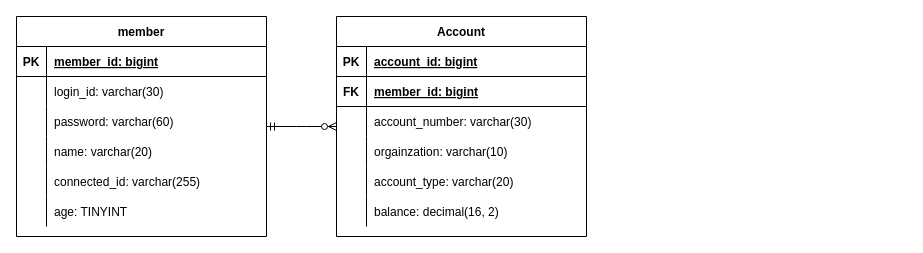
This is ER다이어그램(자산관리앱).drawio from GunwooJo/AssetManagement, a draw.io file, before an edit. Source tidied: cells renumbered, new cells numbered last; positions are measured from the earlier drawing's top-left corner, leaving out a move shared by most shapes. Both pictures are drawn from the tidied source at 100%, with x=0, y=0 at pixel (16, 16).
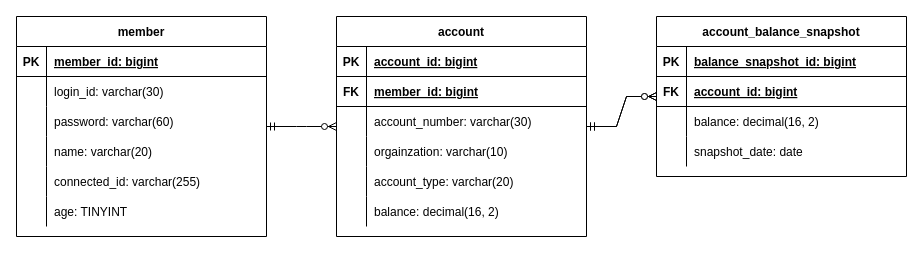
The same page after the edit.

Commit message:
account_balance_snapshot 테이블 정의

The change refers to these unchanged cells:
```xml
<mxCell id="2" value="member" style="shape=table;startSize=30;childLayout=tableLayout;rowLines=0;fontStyle=1;align=center;" parent="1" vertex="1">
  <mxGeometry width="250" height="220" as="geometry" />
</mxCell>
```

Diff of the diagram source:
```diff
@@
-    <mxCell id="21" value="Account" style="shape=table;startSize=30;childLayout=tableLayout;rowLines=0;fontStyle=1;align=center;" parent="1" vertex="1">
+    <mxCell id="21" value="account" style="shape=table;startSize=30;childLayout=tableLayout;rowLines=0;fontStyle=1;align=center;" parent="1" vertex="1">
       <mxGeometry x="320" width="250" height="220" as="geometry" />
     </mxCell>
@@
-    <mxCell id="40" style="edgeStyle=entityRelationEdgeStyle;fontSize=12;html=1;endArrow=ERzeroToMany;startArrow=ERmandOne;rounded=0;" parent="1" edge="1" source="2" target="21">
+    <mxCell id="40" style="edgeStyle=entityRelationEdgeStyle;fontSize=12;html=1;endArrow=ERzeroToMany;startArrow=ERmandOne;rounded=0;" parent="1" edge="1" source="21" target="41">
       <mxGeometry relative="1" as="geometry" />
     </mxCell>
+    <mxCell id="41" value="account_balance_snapshot" style="shape=table;startSize=30;childLayout=tableLayout;rowLines=0;fontStyle=1;align=center;" parent="1" vertex="1">
+      <mxGeometry x="640" width="250" height="160" as="geometry" />
+    </mxCell>
+    <mxCell id="42" style="shape=partialRectangle;fillColor=none;top=0;left=0;right=0;bottom=1;" parent="41" vertex="1">
+      <mxGeometry y="30" width="250" height="30" as="geometry" />
+    </mxCell>
+    <mxCell id="43" value="PK" style="shape=partialRectangle;overflow=hidden;fillColor=none;top=0;left=0;bottom=0;right=0;fontStyle=1;" parent="42" vertex="1">
+      <mxGeometry width="30" height="30" as="geometry" />
+    </mxCell>
+    <mxCell id="44" value="balance_snapshot_id: bigint" style="shape=partialRectangle;overflow=hidden;fillColor=none;top=0;left=0;bottom=0;right=0;align=left;spacingLeft=6;fontStyle=5;" parent="42" vertex="1">
+      <mxGeometry x="30" width="220" height="30" as="geometry" />
+    </mxCell>
+    <mxCell id="45" style="shape=partialRectangle;fillColor=none;top=0;left=0;right=0;bottom=1;" parent="41" vertex="1">
+      <mxGeometry y="60" width="250" height="30" as="geometry" />
+    </mxCell>
+    <mxCell id="46" value="FK" style="shape=partialRectangle;overflow=hidden;fillColor=none;top=0;left=0;bottom=0;right=0;fontStyle=1;" parent="45" vertex="1">
+      <mxGeometry width="30" height="30" as="geometry" />
+    </mxCell>
+    <mxCell id="47" value="account_id: bigint" style="shape=partialRectangle;overflow=hidden;fillColor=none;top=0;left=0;bottom=0;right=0;align=left;spacingLeft=6;fontStyle=5;" parent="45" vertex="1">
+      <mxGeometry x="30" width="220" height="30" as="geometry" />
+    </mxCell>
+    <mxCell id="48" style="shape=partialRectangle;fillColor=none;top=0;left=0;right=0;bottom=0;" parent="41" vertex="1">
+      <mxGeometry y="90" width="250" height="30" as="geometry" />
+    </mxCell>
+    <mxCell id="49" style="shape=partialRectangle;overflow=hidden;fillColor=none;top=0;left=0;bottom=0;right=0;" parent="48" vertex="1">
+      <mxGeometry width="30" height="30" as="geometry" />
+    </mxCell>
+    <mxCell id="50" value="balance: decimal(16, 2)" style="shape=partialRectangle;overflow=hidden;fillColor=none;top=0;left=0;bottom=0;right=0;align=left;spacingLeft=6;" parent="48" vertex="1">
+      <mxGeometry x="30" width="220" height="30" as="geometry" />
+    </mxCell>
+    <mxCell id="51" style="shape=partialRectangle;fillColor=none;top=0;left=0;right=0;bottom=0;" parent="41" vertex="1">
+      <mxGeometry y="120" width="250" height="30" as="geometry" />
+    </mxCell>
+    <mxCell id="52" style="shape=partialRectangle;overflow=hidden;fillColor=none;top=0;left=0;bottom=0;right=0;" parent="51" vertex="1">
+      <mxGeometry width="30" height="30" as="geometry" />
+    </mxCell>
+    <mxCell id="53" value="snapshot_date: date" style="shape=partialRectangle;overflow=hidden;fillColor=none;top=0;left=0;bottom=0;right=0;align=left;spacingLeft=6;" parent="51" vertex="1">
+      <mxGeometry x="30" width="220" height="30" as="geometry" />
+    </mxCell>
+    <mxCell id="54" style="edgeStyle=entityRelationEdgeStyle;fontSize=12;html=1;endArrow=ERzeroToMany;startArrow=ERmandOne;rounded=0;" parent="1" edge="1" source="21" target="41">
+      <mxGeometry relative="1" as="geometry">
+        <Array as="points">
+          <mxPoint x="520" y="370" />
+        </Array>
+      </mxGeometry>
+    </mxCell>
+    <mxCell id="55" style="edgeStyle=entityRelationEdgeStyle;fontSize=12;html=1;endArrow=ERzeroToMany;startArrow=ERmandOne;rounded=0;" parent="1" edge="1" source="2" target="21">
+      <mxGeometry relative="1" as="geometry" />
+    </mxCell>
```
